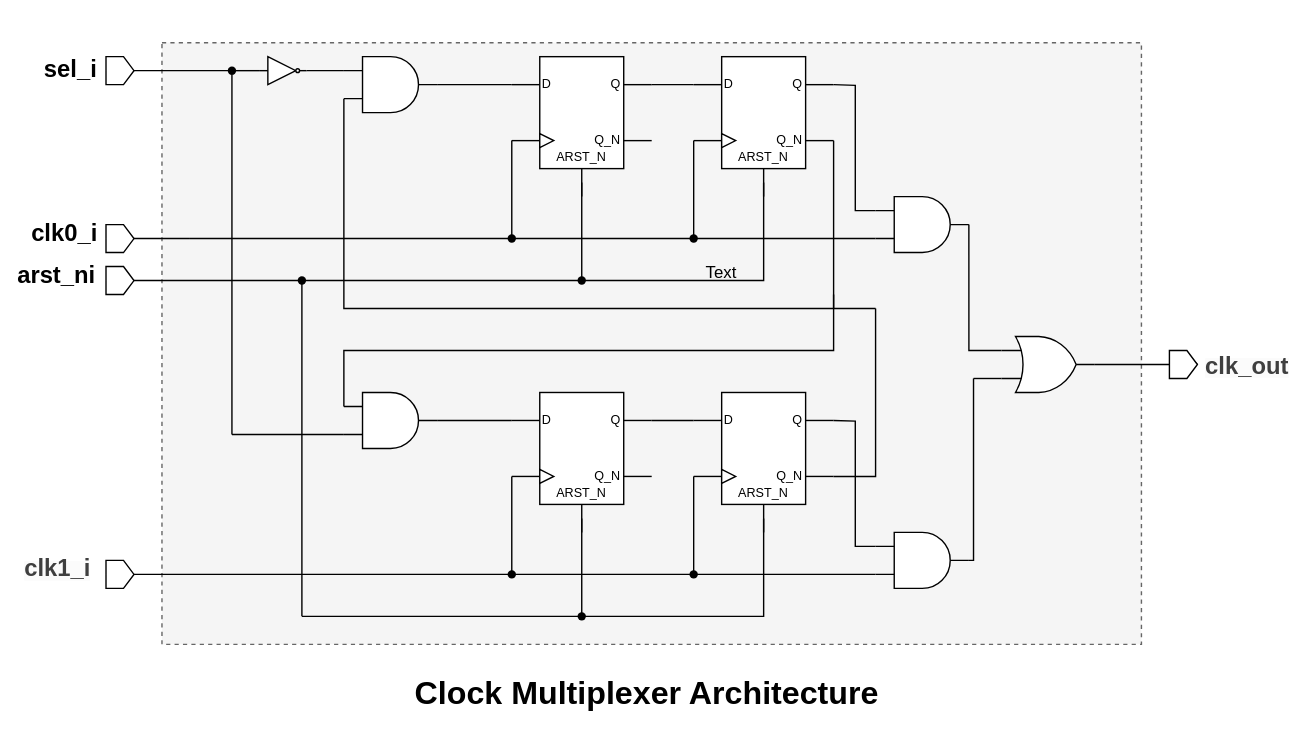
Earlier version of the draw.io export document/clk_mux.svg (ADN-VLSI/SC-SoC). Source tidied: cells renumbered, new cells last; positions are measured from the earlier drawing's top-left corner, leaving out a move shared by most shapes.
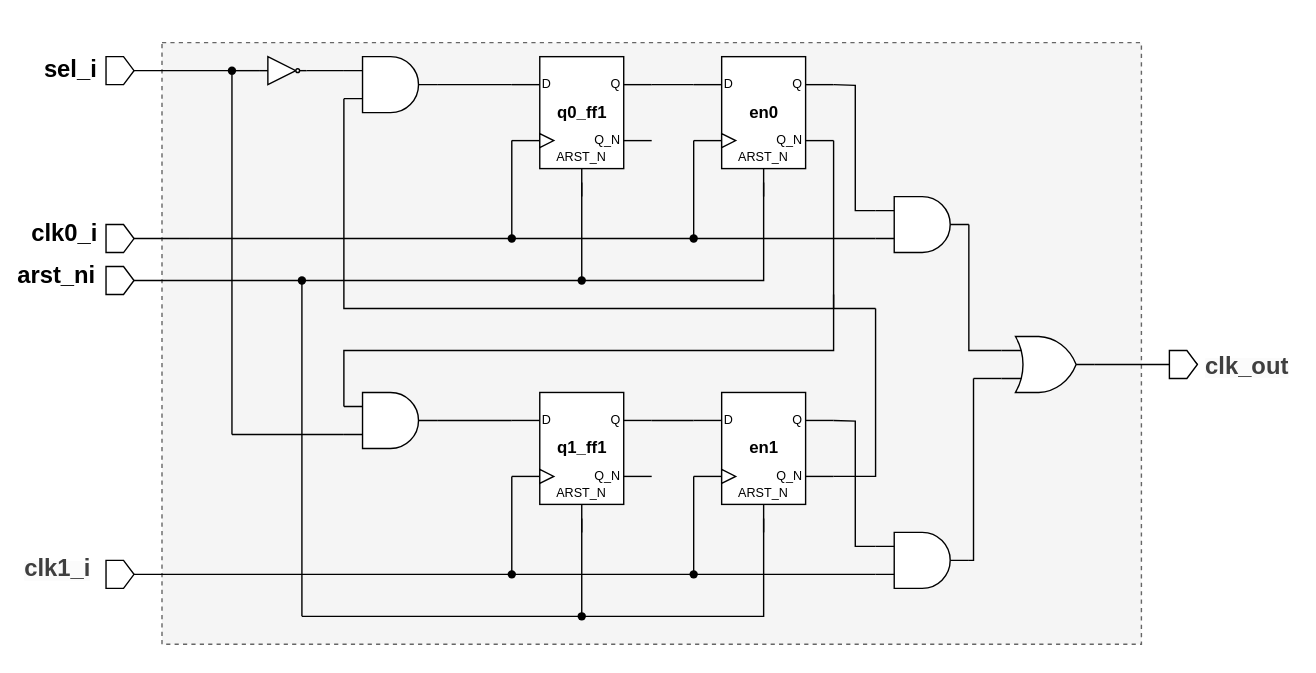
Above is the later version.

Change to the diagram source:
```diff
@@ -3,7 +3,7 @@
     <mxCell id="0" />
     <mxCell id="1" parent="0" />
     <mxCell id="2" style="rounded=0;whiteSpace=wrap;html=1;strokeColor=#FFFFFF;" parent="1" vertex="1">
-      <mxGeometry width="930" height="520" as="geometry" />
+      <mxGeometry width="930" height="480" as="geometry" />
     </mxCell>
     <mxCell id="3" style="rounded=0;whiteSpace=wrap;html=1;fillColor=#f5f5f5;fontColor=#333333;strokeColor=#666666;dashed=1;" parent="1" vertex="1">
       <mxGeometry x="115" y="30" width="700" height="430" as="geometry" />
@@ -251,12 +251,6 @@
     <mxCell id="61" value="&lt;b style=&quot;forced-color-adjust: none; color: rgb(63, 63, 63); scrollbar-color: rgb(226, 226, 226) rgb(251, 251, 251); font-family: Helvetica; font-style: normal; font-variant-ligatures: normal; font-variant-caps: normal; letter-spacing: normal; orphans: 2; text-align: center; text-indent: 0px; text-transform: none; widows: 2; word-spacing: 0px; -webkit-text-stroke-width: 0px; white-space: normal; background-color: rgb(251, 251, 251); text-decoration-thickness: initial; text-decoration-style: initial; text-decoration-color: initial;&quot;&gt;&lt;font style=&quot;font-size: 17px;&quot;&gt;clk_out&lt;/font&gt;&lt;/b&gt;" style="text;whiteSpace=wrap;html=1;" parent="1" vertex="1">
       <mxGeometry x="859" y="245" width="80" height="40" as="geometry" />
     </mxCell>
-    <mxCell id="62" value="Text" style="text;html=1;align=center;verticalAlign=middle;whiteSpace=wrap;rounded=0;" parent="1" vertex="1">
-      <mxGeometry x="485" y="180" width="60" height="30" as="geometry" />
-    </mxCell>
-    <mxCell id="63" value="&lt;b&gt;&lt;font style=&quot;font-size: 23px;&quot;&gt;Clock Multiplexer Architecture&amp;nbsp;&lt;/font&gt;&lt;/b&gt;" style="text;html=1;align=center;verticalAlign=middle;whiteSpace=wrap;rounded=0;" parent="1" vertex="1">
-      <mxGeometry x="240" y="480" width="450" height="30" as="geometry" />
-    </mxCell>
     <mxCell id="64" style="endArrow=none;html=1;" parent="1" edge="1" target="65">
       <mxGeometry relative="1" as="geometry">
         <mxPoint x="215" y="440" as="sourcePoint" />
@@ -316,6 +310,9 @@
     <mxCell id="77" value="Q_N" style="whiteSpace=wrap;html=1;fillColor=none;strokeColor=none;align=right;fontSize=9;" parent="66" vertex="1">
       <mxGeometry x="60" y="50" width="20" height="20" as="geometry" />
     </mxCell>
+    <mxCell id="114" value="q0_ff1" style="text;html=1;align=center;verticalAlign=middle;strokeColor=none;fillColor=none;fontStyle=1;" parent="66" vertex="1">
+      <mxGeometry x="20" y="25" width="60" height="30" as="geometry" />
+    </mxCell>
     <mxCell id="78" style="group;" parent="1" vertex="1">
       <mxGeometry x="495" y="40" width="100" height="100" as="geometry" />
     </mxCell>
@@ -367,6 +364,9 @@
     <mxCell id="89" value="Q_N" style="whiteSpace=wrap;html=1;fillColor=none;strokeColor=none;align=right;fontSize=9;" parent="78" vertex="1">
       <mxGeometry x="60" y="50" width="20" height="20" as="geometry" />
     </mxCell>
+    <mxCell id="115" value="en0" style="text;html=1;align=center;verticalAlign=middle;strokeColor=none;fillColor=none;fontStyle=1;" parent="78" vertex="1">
+      <mxGeometry x="30" y="25" width="40" height="30" as="geometry" />
+    </mxCell>
     <mxCell id="90" style="group;" parent="1" vertex="1">
       <mxGeometry x="365" y="280" width="100" height="100" as="geometry" />
     </mxCell>
@@ -418,6 +418,9 @@
     <mxCell id="101" value="Q_N" style="whiteSpace=wrap;html=1;fillColor=none;strokeColor=none;align=right;fontSize=9;" parent="90" vertex="1">
       <mxGeometry x="60" y="50" width="20" height="20" as="geometry" />
     </mxCell>
+    <mxCell id="116" value="q1_ff1" style="text;html=1;align=center;verticalAlign=middle;strokeColor=none;fillColor=none;fontStyle=1;" parent="90" vertex="1">
+      <mxGeometry x="20" y="25" width="60" height="30" as="geometry" />
+    </mxCell>
     <mxCell id="102" style="group;" parent="1" vertex="1">
       <mxGeometry x="495" y="280" width="100" height="100" as="geometry" />
     </mxCell>
@@ -469,5 +472,8 @@
     <mxCell id="113" value="Q_N" style="whiteSpace=wrap;html=1;fillColor=none;strokeColor=none;align=right;fontSize=9;" parent="102" vertex="1">
       <mxGeometry x="60" y="50" width="20" height="20" as="geometry" />
     </mxCell>
+    <mxCell id="117" value="en1" style="text;html=1;align=center;verticalAlign=middle;strokeColor=none;fillColor=none;fontStyle=1;" parent="102" vertex="1">
+      <mxGeometry x="30" y="25" width="40" height="30" as="geometry" />
+    </mxCell>
   </root>
 </mxGraphModel>
```
